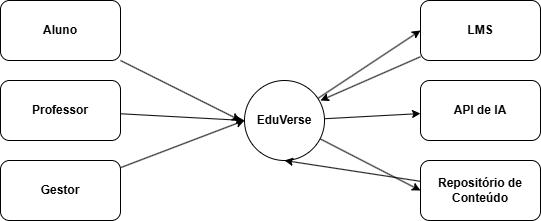
Earlier version of the draw.io export Diagrama/EduVerse.drawio.png (kaka4004/AtividadeMiniProjeto). Source tidied: cells renumbered, new cells last; positions are measured from the earlier drawing's top-left corner, leaving out a move shared by most shapes.
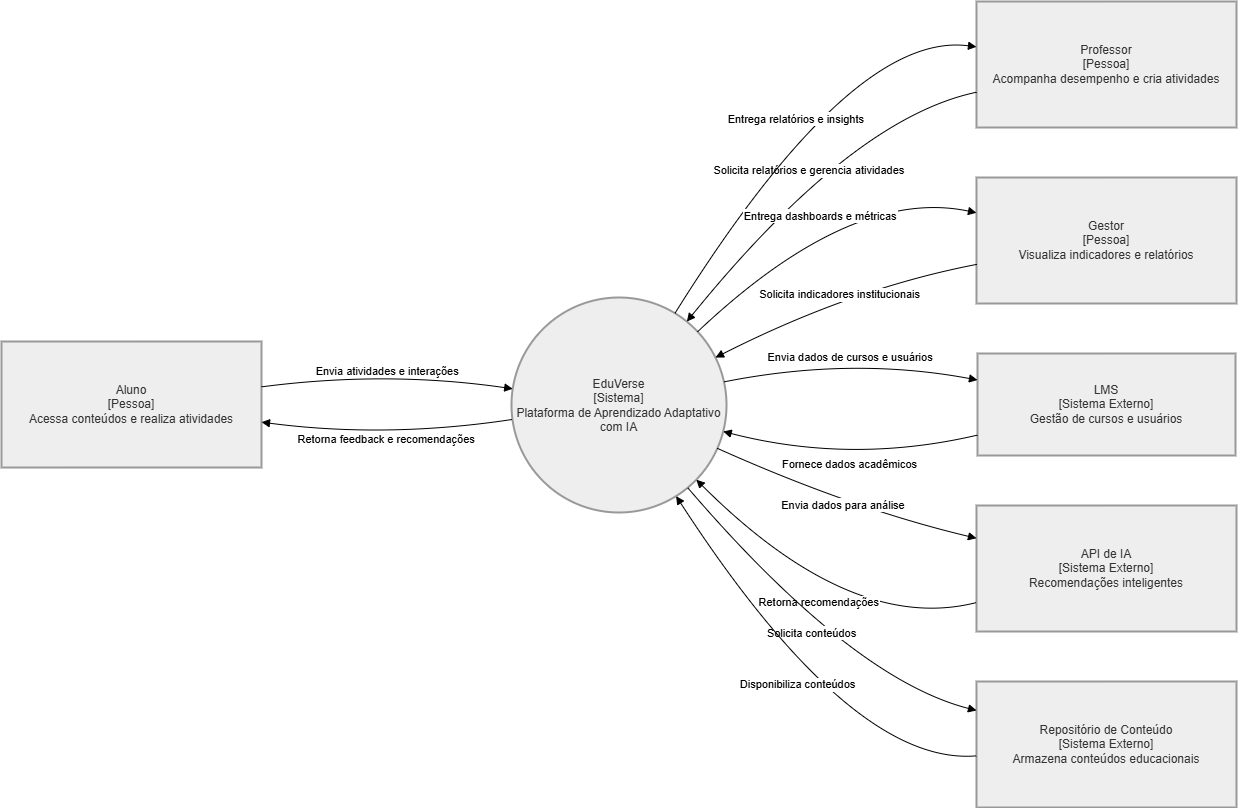
Above is the later version.

What changed in the source:
```diff
@@ -2,54 +2,110 @@
   <root>
     <mxCell id="0" />
     <mxCell id="1" parent="0" />
-    <mxCell id="2" style="rounded=0;jettySize=auto;html=1;entryX=0;entryY=0.5;entryDx=0;entryDy=0;" parent="1" edge="1" source="5" target="13">
-      <mxGeometry relative="1" as="geometry" />
-    </mxCell>
-    <mxCell id="3" style="rounded=0;jettySize=auto;html=1;" parent="1" edge="1" source="5" target="14">
-      <mxGeometry relative="1" as="geometry" />
-    </mxCell>
-    <mxCell id="4" style="rounded=0;jettySize=auto;html=1;entryX=0;entryY=0.5;entryDx=0;entryDy=0;" parent="1" edge="1" source="5" target="16">
-      <mxGeometry relative="1" as="geometry" />
-    </mxCell>
-    <mxCell id="5" value="&lt;b&gt;EduVerse&lt;/b&gt;" style="ellipse;whiteSpace=wrap;html=1;" parent="1" vertex="1">
-      <mxGeometry x="244" y="80" width="80" height="80" as="geometry" />
-    </mxCell>
-    <mxCell id="6" style="rounded=0;jettySize=auto;html=1;" parent="1" edge="1" source="7">
-      <mxGeometry relative="1" as="geometry">
-        <mxPoint x="240" y="120" as="targetPoint" />
-      </mxGeometry>
-    </mxCell>
-    <mxCell id="7" value="&lt;b&gt;Aluno&lt;/b&gt;" style="rounded=1;whiteSpace=wrap;html=1;" parent="1" vertex="1">
-      <mxGeometry width="120" height="60" as="geometry" />
-    </mxCell>
-    <mxCell id="8" style="rounded=0;jettySize=auto;html=1;entryX=0;entryY=0.5;entryDx=0;entryDy=0;" parent="1" edge="1" source="9" target="5">
-      <mxGeometry relative="1" as="geometry" />
-    </mxCell>
-    <mxCell id="9" value="&lt;b&gt;Professor&lt;/b&gt;" style="rounded=1;whiteSpace=wrap;html=1;" parent="1" vertex="1">
-      <mxGeometry y="80" width="120" height="60" as="geometry" />
-    </mxCell>
-    <mxCell id="10" style="rounded=0;jettySize=auto;html=1;entryX=0;entryY=0.5;entryDx=0;entryDy=0;" parent="1" edge="1" source="11" target="5">
-      <mxGeometry relative="1" as="geometry" />
-    </mxCell>
-    <mxCell id="11" value="&lt;b&gt;Gestor&lt;/b&gt;" style="rounded=1;whiteSpace=wrap;html=1;shadow=0;" parent="1" vertex="1">
-      <mxGeometry y="160" width="120" height="60" as="geometry" />
-    </mxCell>
-    <mxCell id="12" style="rounded=0;jettySize=auto;html=1;" parent="1" edge="1" source="13">
-      <mxGeometry relative="1" as="geometry">
-        <mxPoint x="320" y="100" as="targetPoint" />
-      </mxGeometry>
-    </mxCell>
-    <mxCell id="13" value="&lt;b&gt;LMS&lt;/b&gt;" style="rounded=1;whiteSpace=wrap;html=1;" parent="1" vertex="1">
-      <mxGeometry x="420" width="120" height="60" as="geometry" />
-    </mxCell>
-    <mxCell id="14" value="&lt;b&gt;API de IA&lt;/b&gt;" style="rounded=1;whiteSpace=wrap;html=1;" parent="1" vertex="1">
-      <mxGeometry x="420" y="80" width="120" height="60" as="geometry" />
-    </mxCell>
-    <mxCell id="15" style="rounded=0;jettySize=auto;html=1;entryX=0.5;entryY=1;entryDx=0;entryDy=0;" parent="1" edge="1" source="16" target="5">
-      <mxGeometry relative="1" as="geometry" />
-    </mxCell>
-    <mxCell id="16" value="&lt;b&gt;Repositório de Conteúdo&lt;/b&gt;" style="rounded=1;whiteSpace=wrap;html=1;align=center;" parent="1" vertex="1">
-      <mxGeometry x="420" y="160" width="120" height="60" as="geometry" />
-    </mxCell>
+    <mxCell id="17" value="Aluno&#10;[Pessoa]&#10;Acessa conteúdos e realiza atividades" style="whiteSpace=wrap;strokeWidth=2;fillColor=light-dark(#eeeeee,#1f2020);strokeColor=light-dark(#999999,#cccccc);fontColor=light-dark(#333333,#cccccc);" parent="1" vertex="1">
+      <mxGeometry x="-70" y="210" width="260" height="126" as="geometry" />
+    </mxCell>
+    <mxCell id="18" value="Professor&#10;[Pessoa]&#10;Acompanha desempenho e cria atividades" style="whiteSpace=wrap;strokeWidth=2;fillColor=light-dark(#eeeeee,#1f2020);strokeColor=light-dark(#999999,#cccccc);fontColor=light-dark(#333333,#cccccc);" parent="1" vertex="1">
+      <mxGeometry x="905" y="-130" width="260" height="126" as="geometry" />
+    </mxCell>
+    <mxCell id="19" value="Gestor&#10;[Pessoa]&#10;Visualiza indicadores e relatórios" style="whiteSpace=wrap;strokeWidth=2;fillColor=light-dark(#eeeeee,#1f2020);strokeColor=light-dark(#999999,#cccccc);fontColor=light-dark(#333333,#cccccc);" parent="1" vertex="1">
+      <mxGeometry x="905" y="46" width="260" height="126" as="geometry" />
+    </mxCell>
+    <mxCell id="20" value="EduVerse&#10;[Sistema]&#10;Plataforma de Aprendizado Adaptativo com IA" style="ellipse;strokeWidth=2;whiteSpace=wrap;fillColor=light-dark(#eeeeee,#1f2020);strokeColor=light-dark(#999999,#cccccc);fontColor=light-dark(#333333,#cccccc);" parent="1" vertex="1">
+      <mxGeometry x="440" y="166" width="215" height="215" as="geometry" />
+    </mxCell>
+    <mxCell id="21" value="LMS&#10;[Sistema Externo]&#10;Gestão de cursos e usuários" style="whiteSpace=wrap;strokeWidth=2;fillColor=light-dark(#eeeeee,#1f2020);strokeColor=light-dark(#999999,#cccccc);fontColor=light-dark(#333333,#cccccc);" parent="1" vertex="1">
+      <mxGeometry x="906" y="222" width="258" height="102" as="geometry" />
+    </mxCell>
+    <mxCell id="22" value="API de IA&#10;[Sistema Externo]&#10;Recomendações inteligentes" style="whiteSpace=wrap;strokeWidth=2;fillColor=light-dark(#eeeeee,#1f2020);strokeColor=light-dark(#999999,#cccccc);fontColor=light-dark(#333333,#cccccc);" parent="1" vertex="1">
+      <mxGeometry x="905" y="374" width="260" height="126" as="geometry" />
+    </mxCell>
+    <mxCell id="23" value="Repositório de Conteúdo&#10;[Sistema Externo]&#10;Armazena conteúdos educacionais" style="whiteSpace=wrap;strokeWidth=2;fillColor=light-dark(#eeeeee,#1f2020);strokeColor=light-dark(#999999,#cccccc);fontColor=light-dark(#333333,#cccccc);" parent="1" vertex="1">
+      <mxGeometry x="905" y="550" width="260" height="126" as="geometry" />
+    </mxCell>
+    <mxCell id="24" value="Envia atividades e interações" style="curved=1;startArrow=none;endArrow=block;exitX=1;exitY=0.36;entryX=0;entryY=0.42;rounded=0;" parent="1" edge="1" source="17" target="20">
+      <mxGeometry relative="1" as="geometry">
+        <Array as="points">
+          <mxPoint x="315" y="239" />
+        </Array>
+      </mxGeometry>
+    </mxCell>
+    <mxCell id="25" value="Retorna feedback e recomendações" style="curved=1;startArrow=none;endArrow=block;exitX=0;exitY=0.57;entryX=1;entryY=0.64;rounded=0;" parent="1" edge="1" source="20" target="17">
+      <mxGeometry relative="1" as="geometry">
+        <Array as="points">
+          <mxPoint x="315" y="307" />
+        </Array>
+      </mxGeometry>
+    </mxCell>
+    <mxCell id="26" value="Solicita relatórios e gerencia atividades" style="curved=1;startArrow=none;endArrow=block;exitX=0;exitY=0.72;entryX=0.91;entryY=0;rounded=0;" parent="1" edge="1" source="18" target="20">
+      <mxGeometry relative="1" as="geometry">
+        <Array as="points">
+          <mxPoint x="780" y="-13" />
+        </Array>
+      </mxGeometry>
+    </mxCell>
+    <mxCell id="27" value="Entrega relatórios e insights" style="curved=1;startArrow=none;endArrow=block;exitX=0.81;exitY=0;entryX=0;entryY=0.36;rounded=0;" parent="1" edge="1" source="20" target="18">
+      <mxGeometry relative="1" as="geometry">
+        <Array as="points">
+          <mxPoint x="780" y="-101" />
+        </Array>
+      </mxGeometry>
+    </mxCell>
+    <mxCell id="28" value="Solicita indicadores institucionais" style="curved=1;startArrow=none;endArrow=block;exitX=0;exitY=0.69;entryX=1;entryY=0.25;rounded=0;" parent="1" edge="1" source="19" target="20">
+      <mxGeometry relative="1" as="geometry">
+        <Array as="points">
+          <mxPoint x="780" y="157" />
+        </Array>
+      </mxGeometry>
+    </mxCell>
+    <mxCell id="29" value="Entrega dashboards e métricas" style="curved=1;startArrow=none;endArrow=block;exitX=1;exitY=0.03;entryX=0;entryY=0.28;rounded=0;" parent="1" edge="1" source="20" target="19">
+      <mxGeometry relative="1" as="geometry">
+        <Array as="points">
+          <mxPoint x="780" y="55" />
+        </Array>
+      </mxGeometry>
+    </mxCell>
+    <mxCell id="30" value="Envia dados de cursos e usuários" style="curved=1;startArrow=none;endArrow=block;exitX=1;exitY=0.39;entryX=0;entryY=0.26;rounded=0;" parent="1" edge="1" source="20" target="21">
+      <mxGeometry relative="1" as="geometry">
+        <Array as="points">
+          <mxPoint x="780" y="225" />
+        </Array>
+      </mxGeometry>
+    </mxCell>
+    <mxCell id="31" value="Fornece dados acadêmicos" style="curved=1;startArrow=none;endArrow=block;exitX=0;exitY=0.8;entryX=1;entryY=0.63;rounded=0;" parent="1" edge="1" source="21" target="20">
+      <mxGeometry relative="1" as="geometry">
+        <Array as="points">
+          <mxPoint x="780" y="333" />
+        </Array>
+      </mxGeometry>
+    </mxCell>
+    <mxCell id="32" value="Envia dados para análise" style="curved=1;startArrow=none;endArrow=block;exitX=1;exitY=0.72;entryX=0;entryY=0.26;rounded=0;" parent="1" edge="1" source="20" target="22">
+      <mxGeometry relative="1" as="geometry">
+        <Array as="points">
+          <mxPoint x="780" y="377" />
+        </Array>
+      </mxGeometry>
+    </mxCell>
+    <mxCell id="33" value="Retorna recomendações" style="curved=1;startArrow=none;endArrow=block;exitX=0;exitY=0.77;entryX=1;entryY=0.99;rounded=0;" parent="1" edge="1" source="22" target="20">
+      <mxGeometry relative="1" as="geometry">
+        <Array as="points">
+          <mxPoint x="780" y="503" />
+        </Array>
+      </mxGeometry>
+    </mxCell>
+    <mxCell id="34" value="Solicita conteúdos" style="curved=1;startArrow=none;endArrow=block;exitX=0.92;exitY=1;entryX=0;entryY=0.23;rounded=0;" parent="1" edge="1" source="20" target="23">
+      <mxGeometry relative="1" as="geometry">
+        <Array as="points">
+          <mxPoint x="780" y="547" />
+        </Array>
+      </mxGeometry>
+    </mxCell>
+    <mxCell id="35" value="Disponibiliza conteúdos" style="curved=1;startArrow=none;endArrow=block;exitX=0;exitY=0.59;entryX=0.82;entryY=1;rounded=0;" parent="1" edge="1" source="23" target="20">
+      <mxGeometry relative="1" as="geometry">
+        <Array as="points">
+          <mxPoint x="780" y="635" />
+        </Array>
+      </mxGeometry>
+    </mxCell>
   </root>
 </mxGraphModel>
```
